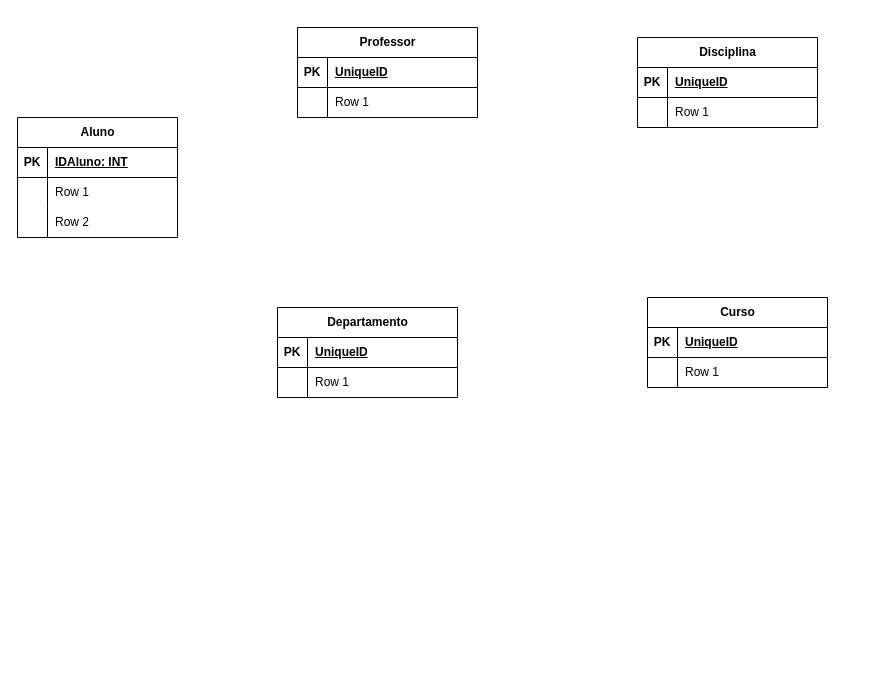
isasdora/DIOBootcamp keeps this draw.io diagram as DER/AvtdDER.drawio. Above is the earlier version. Source tidied: cells renumbered, new cells numbered last; positions are measured from the earlier drawing's top-left corner, leaving out a move shared by most shapes. Both pictures are drawn from the tidied source at 100%, with x=0, y=0 at pixel (17, 27).
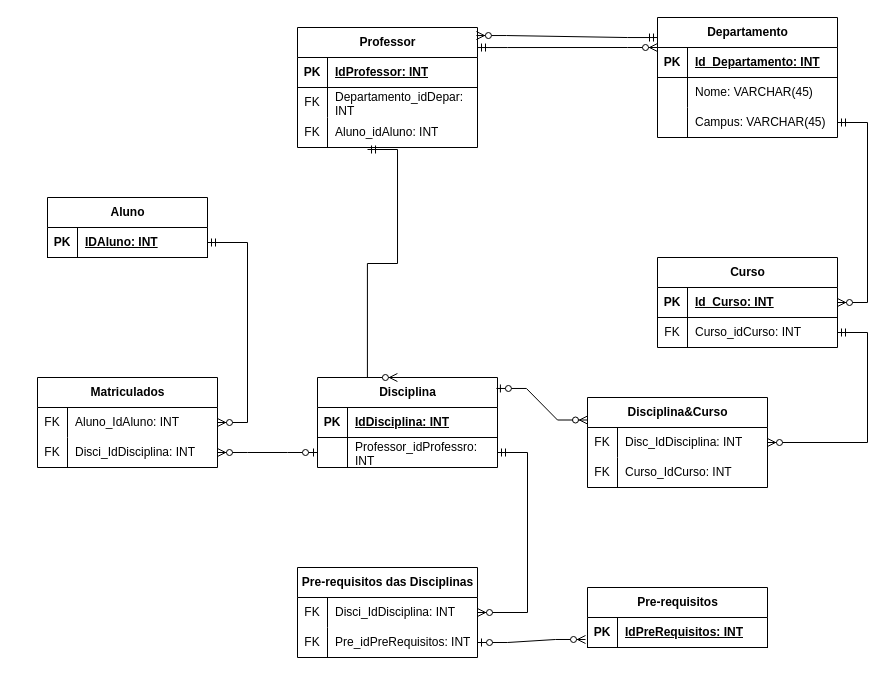
After the change.

Unchanged cells that the change refers to:
```xml
<mxCell id="3" style="shape=tableRow;horizontal=0;startSize=0;swimlaneHead=0;swimlaneBody=0;fillColor=none;points=[[0,0.5],[1,0.5]];portConstraint=eastwest;top=0;left=0;right=0;bottom=1;" parent="2" vertex="1">
  <mxGeometry y="30" width="160" height="30" as="geometry" />
</mxCell>
<mxCell id="13" style="shape=tableRow;horizontal=0;startSize=0;swimlaneHead=0;swimlaneBody=0;fillColor=none;top=0;left=0;right=0;bottom=1;" parent="12" vertex="1">
  <mxGeometry y="30" width="180" height="30" as="geometry" />
</mxCell>
<mxCell id="16" style="shape=tableRow;horizontal=0;startSize=0;swimlaneHead=0;swimlaneBody=0;fillColor=none;top=0;left=0;right=0;bottom=0;" parent="12" vertex="1">
  <mxGeometry y="60" width="180" height="30" as="geometry" />
</mxCell>
<mxCell id="20" style="shape=tableRow;horizontal=0;startSize=0;swimlaneHead=0;swimlaneBody=0;fillColor=none;top=0;left=0;right=0;bottom=1;" parent="19" vertex="1">
  <mxGeometry y="30" width="180" height="30" as="geometry" />
</mxCell>
<mxCell id="23" style="shape=tableRow;horizontal=0;startSize=0;swimlaneHead=0;swimlaneBody=0;fillColor=none;points=[[0,0.5],[1,0.5]];portConstraint=eastwest;top=0;left=0;right=0;bottom=0;" parent="19" vertex="1">
  <mxGeometry y="60" width="180" height="30" as="geometry" />
</mxCell>
<mxCell id="27" style="shape=tableRow;horizontal=0;startSize=0;swimlaneHead=0;swimlaneBody=0;fillColor=none;points=[[0,0.5],[1,0.5]];portConstraint=eastwest;top=0;left=0;right=0;bottom=1;" parent="26" vertex="1">
  <mxGeometry y="30" width="180" height="30" as="geometry" />
</mxCell>
<mxCell id="30" style="shape=tableRow;horizontal=0;startSize=0;swimlaneHead=0;swimlaneBody=0;fillColor=none;top=0;left=0;right=0;bottom=0;" parent="26" vertex="1">
  <mxGeometry y="60" width="180" height="30" as="geometry" />
</mxCell>
<mxCell id="34" style="shape=tableRow;horizontal=0;startSize=0;swimlaneHead=0;swimlaneBody=0;fillColor=none;top=0;left=0;right=0;bottom=1;" parent="33" vertex="1">
  <mxGeometry y="30" width="180" height="30" as="geometry" />
</mxCell>
<mxCell id="37" style="shape=tableRow;horizontal=0;startSize=0;swimlaneHead=0;swimlaneBody=0;fillColor=none;points=[[0,0.5],[1,0.5]];portConstraint=eastwest;top=0;left=0;right=0;bottom=0;" parent="33" vertex="1">
  <mxGeometry y="60" width="180" height="30" as="geometry" />
</mxCell>
```

What changed in the source:
```diff
@@
     <mxCell id="2" value="Aluno" style="shape=table;startSize=30;childLayout=tableLayout;rowLines=0;fontStyle=1;align=center;html=1;" parent="1" vertex="1">
-      <mxGeometry y="90" width="160" height="120" as="geometry" />
+      <mxGeometry x="30" y="170" width="160" height="60" as="geometry" />
     </mxCell>
@@
-    <mxCell id="6" style="shape=tableRow;horizontal=0;startSize=0;swimlaneHead=0;swimlaneBody=0;fillColor=none;top=0;left=0;right=0;bottom=0;" parent="2" vertex="1">
-      <mxGeometry y="60" width="160" height="30" as="geometry" />
-    </mxCell>
-    <mxCell id="7" style="shape=partialRectangle;fillColor=none;top=0;left=0;bottom=0;right=0;overflow=hidden;whiteSpace=wrap;html=1;" parent="6" vertex="1">
-      <mxGeometry width="30" height="30" as="geometry" />
-    </mxCell>
-    <mxCell id="8" value="Row 1" style="shape=partialRectangle;fillColor=none;top=0;left=0;bottom=0;right=0;align=left;spacingLeft=6;overflow=hidden;whiteSpace=wrap;html=1;" parent="6" vertex="1">
-      <mxGeometry x="30" width="130" height="30" as="geometry" />
-    </mxCell>
-    <mxCell id="9" style="shape=tableRow;horizontal=0;startSize=0;swimlaneHead=0;swimlaneBody=0;fillColor=none;top=0;left=0;right=0;bottom=0;" parent="2" vertex="1">
-      <mxGeometry y="90" width="160" height="30" as="geometry" />
-    </mxCell>
-    <mxCell id="10" style="shape=partialRectangle;fillColor=none;top=0;left=0;bottom=0;right=0;overflow=hidden;whiteSpace=wrap;html=1;" parent="9" vertex="1">
-      <mxGeometry width="30" height="30" as="geometry" />
-    </mxCell>
-    <mxCell id="11" value="Row 2" style="shape=partialRectangle;fillColor=none;top=0;left=0;bottom=0;right=0;align=left;spacingLeft=6;overflow=hidden;whiteSpace=wrap;html=1;" parent="9" vertex="1">
-      <mxGeometry x="30" width="130" height="30" as="geometry" />
-    </mxCell>
     <mxCell id="12" value="Professor" style="shape=table;startSize=30;childLayout=tableLayout;rowLines=0;fontStyle=1;align=center;html=1;" parent="1" vertex="1">
-      <mxGeometry x="280" width="180" height="90" as="geometry" />
+      <mxGeometry x="280" width="180" height="120" as="geometry" />
     </mxCell>
@@
-    <mxCell id="15" value="UniqueID" style="shape=partialRectangle;fillColor=none;top=0;left=0;bottom=0;right=0;align=left;spacingLeft=6;fontStyle=5;overflow=hidden;whiteSpace=wrap;html=1;" parent="13" vertex="1">
+    <mxCell id="15" value="IdProfessor: INT" style="shape=partialRectangle;fillColor=none;top=0;left=0;bottom=0;right=0;align=left;spacingLeft=6;fontStyle=5;overflow=hidden;whiteSpace=wrap;html=1;" parent="13" vertex="1">
       <mxGeometry x="30" width="150" height="30" as="geometry" />
     </mxCell>
@@
-    <mxCell id="17" style="shape=partialRectangle;fillColor=none;top=0;left=0;bottom=0;right=0;overflow=hidden;whiteSpace=wrap;html=1;" parent="16" vertex="1">
+    <mxCell id="17" value="FK" style="shape=partialRectangle;fillColor=none;top=0;left=0;bottom=0;right=0;overflow=hidden;whiteSpace=wrap;html=1;" parent="16" vertex="1">
       <mxGeometry width="30" height="30" as="geometry" />
     </mxCell>
-    <mxCell id="18" value="Row 1" style="shape=partialRectangle;fillColor=none;top=0;left=0;bottom=0;right=0;align=left;spacingLeft=6;overflow=hidden;whiteSpace=wrap;html=1;" parent="16" vertex="1">
+    <mxCell id="18" value="Departamento_idDepar: INT" style="shape=partialRectangle;fillColor=none;top=0;left=0;bottom=0;right=0;align=left;spacingLeft=6;overflow=hidden;whiteSpace=wrap;html=1;" parent="16" vertex="1">
       <mxGeometry x="30" width="150" height="30" as="geometry" />
     </mxCell>
+    <mxCell id="40" style="shape=tableRow;horizontal=0;startSize=0;swimlaneHead=0;swimlaneBody=0;fillColor=none;points=[[0,0.5],[1,0.5]];portConstraint=eastwest;top=0;left=0;right=0;bottom=0;" parent="12" vertex="1">
+      <mxGeometry y="90" width="180" height="30" as="geometry" />
+    </mxCell>
+    <mxCell id="41" value="FK" style="shape=partialRectangle;fillColor=none;top=0;left=0;bottom=0;right=0;overflow=hidden;whiteSpace=wrap;html=1;" parent="40" vertex="1">
+      <mxGeometry width="30" height="30" as="geometry" />
+    </mxCell>
+    <mxCell id="42" value="Aluno_idAluno: INT" style="shape=partialRectangle;fillColor=none;top=0;left=0;bottom=0;right=0;align=left;spacingLeft=6;overflow=hidden;whiteSpace=wrap;html=1;" parent="40" vertex="1">
+      <mxGeometry x="30" width="150" height="30" as="geometry" />
+    </mxCell>
     <mxCell id="19" value="Disciplina" style="shape=table;startSize=30;childLayout=tableLayout;rowLines=0;fontStyle=1;align=center;html=1;" parent="1" vertex="1">
-      <mxGeometry x="620" y="10" width="180" height="90" as="geometry" />
+      <mxGeometry x="300" y="350" width="180" height="90" as="geometry" />
     </mxCell>
@@
-    <mxCell id="22" value="UniqueID" style="shape=partialRectangle;fillColor=none;top=0;left=0;bottom=0;right=0;align=left;spacingLeft=6;fontStyle=5;overflow=hidden;whiteSpace=wrap;html=1;" parent="20" vertex="1">
+    <mxCell id="22" value="IdDisciplina: INT" style="shape=partialRectangle;fillColor=none;top=0;left=0;bottom=0;right=0;align=left;spacingLeft=6;fontStyle=5;overflow=hidden;whiteSpace=wrap;html=1;" parent="20" vertex="1">
       <mxGeometry x="30" width="150" height="30" as="geometry" />
     </mxCell>
@@
-    <mxCell id="25" value="Row 1" style="shape=partialRectangle;fillColor=none;top=0;left=0;bottom=0;right=0;align=left;spacingLeft=6;overflow=hidden;whiteSpace=wrap;html=1;" parent="23" vertex="1">
+    <mxCell id="25" value="Professor_idProfessro: INT" style="shape=partialRectangle;fillColor=none;top=0;left=0;bottom=0;right=0;align=left;spacingLeft=6;overflow=hidden;whiteSpace=wrap;html=1;" parent="23" vertex="1">
       <mxGeometry x="30" width="150" height="30" as="geometry" />
     </mxCell>
     <mxCell id="26" value="Departamento" style="shape=table;startSize=30;childLayout=tableLayout;rowLines=0;fontStyle=1;align=center;html=1;" parent="1" vertex="1">
-      <mxGeometry x="260" y="280" width="180" height="90" as="geometry" />
+      <mxGeometry x="640" y="-10" width="180" height="120" as="geometry" />
     </mxCell>
@@
-    <mxCell id="29" value="UniqueID" style="shape=partialRectangle;fillColor=none;top=0;left=0;bottom=0;right=0;align=left;spacingLeft=6;fontStyle=5;overflow=hidden;whiteSpace=wrap;html=1;" parent="27" vertex="1">
+    <mxCell id="29" value="Id_Departamento: INT" style="shape=partialRectangle;fillColor=none;top=0;left=0;bottom=0;right=0;align=left;spacingLeft=6;fontStyle=5;overflow=hidden;whiteSpace=wrap;html=1;" parent="27" vertex="1">
       <mxGeometry x="30" width="150" height="30" as="geometry" />
     </mxCell>
@@
-    <mxCell id="32" value="Row 1" style="shape=partialRectangle;fillColor=none;top=0;left=0;bottom=0;right=0;align=left;spacingLeft=6;overflow=hidden;whiteSpace=wrap;html=1;" parent="30" vertex="1">
+    <mxCell id="32" value="Nome: VARCHAR(45)" style="shape=partialRectangle;fillColor=none;top=0;left=0;bottom=0;right=0;align=left;spacingLeft=6;overflow=hidden;whiteSpace=wrap;html=1;" parent="30" vertex="1">
       <mxGeometry x="30" width="150" height="30" as="geometry" />
     </mxCell>
+    <mxCell id="43" style="shape=tableRow;horizontal=0;startSize=0;swimlaneHead=0;swimlaneBody=0;fillColor=none;points=[[0,0.5],[1,0.5]];portConstraint=eastwest;top=0;left=0;right=0;bottom=0;" parent="26" vertex="1">
+      <mxGeometry y="90" width="180" height="30" as="geometry" />
+    </mxCell>
+    <mxCell id="44" style="shape=partialRectangle;fillColor=none;top=0;left=0;bottom=0;right=0;overflow=hidden;whiteSpace=wrap;html=1;" parent="43" vertex="1">
+      <mxGeometry width="30" height="30" as="geometry" />
+    </mxCell>
+    <mxCell id="45" value="Campus: VARCHAR(45)" style="shape=partialRectangle;fillColor=none;top=0;left=0;bottom=0;right=0;align=left;spacingLeft=6;overflow=hidden;whiteSpace=wrap;html=1;" parent="43" vertex="1">
+      <mxGeometry x="30" width="150" height="30" as="geometry" />
+    </mxCell>
     <mxCell id="33" value="Curso" style="shape=table;startSize=30;childLayout=tableLayout;rowLines=0;fontStyle=1;align=center;html=1;" parent="1" vertex="1">
-      <mxGeometry x="630" y="270" width="180" height="90" as="geometry" />
+      <mxGeometry x="640" y="230" width="180" height="90" as="geometry" />
     </mxCell>
@@
-    <mxCell id="36" value="UniqueID" style="shape=partialRectangle;fillColor=none;top=0;left=0;bottom=0;right=0;align=left;spacingLeft=6;fontStyle=5;overflow=hidden;whiteSpace=wrap;html=1;" parent="34" vertex="1">
+    <mxCell id="36" value="Id_Curso: INT" style="shape=partialRectangle;fillColor=none;top=0;left=0;bottom=0;right=0;align=left;spacingLeft=6;fontStyle=5;overflow=hidden;whiteSpace=wrap;html=1;" parent="34" vertex="1">
       <mxGeometry x="30" width="150" height="30" as="geometry" />
     </mxCell>
@@
-    <mxCell id="38" style="shape=partialRectangle;fillColor=none;top=0;left=0;bottom=0;right=0;overflow=hidden;whiteSpace=wrap;html=1;" parent="37" vertex="1">
+    <mxCell id="38" value="FK" style="shape=partialRectangle;fillColor=none;top=0;left=0;bottom=0;right=0;overflow=hidden;whiteSpace=wrap;html=1;" parent="37" vertex="1">
       <mxGeometry width="30" height="30" as="geometry" />
     </mxCell>
-    <mxCell id="39" value="Row 1" style="shape=partialRectangle;fillColor=none;top=0;left=0;bottom=0;right=0;align=left;spacingLeft=6;overflow=hidden;whiteSpace=wrap;html=1;" parent="37" vertex="1">
+    <mxCell id="39" value="Curso_idCurso: INT" style="shape=partialRectangle;fillColor=none;top=0;left=0;bottom=0;right=0;align=left;spacingLeft=6;overflow=hidden;whiteSpace=wrap;html=1;" parent="37" vertex="1">
       <mxGeometry x="30" width="150" height="30" as="geometry" />
     </mxCell>
+    <mxCell id="46" style="edgeStyle=entityRelationEdgeStyle;fontSize=12;html=1;endArrow=ERzeroToMany;startArrow=ERmandOne;rounded=0;exitX=1;exitY=0.167;exitDx=0;exitDy=0;entryX=0;entryY=0;entryDx=0;entryDy=0;entryPerimeter=0;exitPerimeter=0;" parent="1" edge="1" source="12" target="27">
+      <mxGeometry relative="1" as="geometry">
+        <Array as="points">
+          <mxPoint x="840" y="28" />
+          <mxPoint x="550" y="48" />
+        </Array>
+      </mxGeometry>
+    </mxCell>
+    <mxCell id="47" style="edgeStyle=entityRelationEdgeStyle;fontSize=12;html=1;endArrow=ERzeroToMany;startArrow=ERmandOne;rounded=0;exitX=0;exitY=0.167;exitDx=0;exitDy=0;exitPerimeter=0;entryX=0.994;entryY=0.067;entryDx=0;entryDy=0;entryPerimeter=0;" parent="1" edge="1" source="26" target="12">
+      <mxGeometry relative="1" as="geometry">
+        <Array as="points">
+          <mxPoint x="450" y="220" />
+        </Array>
+      </mxGeometry>
+    </mxCell>
+    <mxCell id="48" style="edgeStyle=entityRelationEdgeStyle;fontSize=12;html=1;endArrow=ERzeroToMany;startArrow=ERmandOne;rounded=0;entryDx=0;entryDy=0;entryPerimeter=0;exitDx=0;exitDy=0;exitPerimeter=0;" parent="1" edge="1" source="43" target="33">
+      <mxGeometry relative="1" as="geometry" />
+    </mxCell>
+    <mxCell id="49" style="edgeStyle=entityRelationEdgeStyle;fontSize=12;html=1;endArrow=ERzeroToMany;startArrow=ERmandOne;rounded=0;entryX=0.444;entryY=0;entryDx=0;entryDy=0;entryPerimeter=0;exitX=0.389;exitY=1.067;exitDx=0;exitDy=0;exitPerimeter=0;" parent="1" edge="1" source="40" target="19">
+      <mxGeometry relative="1" as="geometry" />
+    </mxCell>
+    <mxCell id="50" value="Matriculados" style="shape=table;startSize=30;childLayout=tableLayout;rowLines=0;fontStyle=1;align=center;html=1;" parent="1" vertex="1">
+      <mxGeometry x="20" y="350" width="180" height="90" as="geometry" />
+    </mxCell>
+    <mxCell id="51" style="shape=tableRow;horizontal=0;startSize=0;swimlaneHead=0;swimlaneBody=0;fillColor=none;top=0;left=0;right=0;bottom=0;" parent="50" vertex="1">
+      <mxGeometry y="30" width="180" height="30" as="geometry" />
+    </mxCell>
+    <mxCell id="52" value="FK" style="shape=partialRectangle;fillColor=none;top=0;left=0;bottom=0;right=0;overflow=hidden;whiteSpace=wrap;html=1;" parent="51" vertex="1">
+      <mxGeometry width="30" height="30" as="geometry" />
+    </mxCell>
+    <mxCell id="53" value="Aluno_IdAluno: INT" style="shape=partialRectangle;fillColor=none;top=0;left=0;bottom=0;right=0;align=left;spacingLeft=6;overflow=hidden;whiteSpace=wrap;html=1;" parent="51" vertex="1">
+      <mxGeometry x="30" width="150" height="30" as="geometry" />
+    </mxCell>
+    <mxCell id="54" style="shape=tableRow;horizontal=0;startSize=0;swimlaneHead=0;swimlaneBody=0;fillColor=none;points=[[0,0.5],[1,0.5]];portConstraint=eastwest;top=0;left=0;right=0;bottom=0;" parent="50" vertex="1">
+      <mxGeometry y="60" width="180" height="30" as="geometry" />
+    </mxCell>
+    <mxCell id="55" value="FK" style="shape=partialRectangle;fillColor=none;top=0;left=0;bottom=0;right=0;overflow=hidden;whiteSpace=wrap;html=1;" parent="54" vertex="1">
+      <mxGeometry width="30" height="30" as="geometry" />
+    </mxCell>
+    <mxCell id="56" value="Disci_IdDisciplina: INT" style="shape=partialRectangle;fillColor=none;top=0;left=0;bottom=0;right=0;align=left;spacingLeft=6;overflow=hidden;whiteSpace=wrap;html=1;" parent="54" vertex="1">
+      <mxGeometry x="30" width="150" height="30" as="geometry" />
+    </mxCell>
+    <mxCell id="57" style="edgeStyle=entityRelationEdgeStyle;fontSize=12;html=1;endArrow=ERzeroToMany;startArrow=ERmandOne;rounded=0;entryDx=0;entryDy=0;entryPerimeter=0;exitDx=0;exitDy=0;" parent="1" edge="1" source="3" target="50">
+      <mxGeometry relative="1" as="geometry" />
+    </mxCell>
+    <mxCell id="58" style="edgeStyle=entityRelationEdgeStyle;fontSize=12;html=1;endArrow=ERzeroToMany;startArrow=ERzeroToOne;rounded=0;exitX=0;exitY=0.5;exitDx=0;exitDy=0;entryX=1;entryY=0.5;entryDx=0;entryDy=0;" parent="1" edge="1" source="23" target="54">
+      <mxGeometry relative="1" as="geometry" />
+    </mxCell>
+    <mxCell id="59" style="edgeStyle=entityRelationEdgeStyle;fontSize=12;html=1;endArrow=ERzeroToMany;startArrow=ERzeroToOne;rounded=0;exitX=0.994;exitY=0.122;exitDx=0;exitDy=0;exitPerimeter=0;entryX=0;entryY=0.25;entryDx=0;entryDy=0;" parent="1" edge="1" source="19" target="60">
+      <mxGeometry relative="1" as="geometry" />
+    </mxCell>
+    <mxCell id="60" value="Disciplina&amp;amp;Curso" style="shape=table;startSize=30;childLayout=tableLayout;rowLines=0;fontStyle=1;align=center;html=1;" parent="1" vertex="1">
+      <mxGeometry x="570" y="370" width="180" height="90" as="geometry" />
+    </mxCell>
+    <mxCell id="61" style="shape=tableRow;horizontal=0;startSize=0;swimlaneHead=0;swimlaneBody=0;fillColor=none;top=0;left=0;right=0;bottom=0;" parent="60" vertex="1">
+      <mxGeometry y="30" width="180" height="30" as="geometry" />
+    </mxCell>
+    <mxCell id="62" value="FK" style="shape=partialRectangle;fillColor=none;top=0;left=0;bottom=0;right=0;overflow=hidden;whiteSpace=wrap;html=1;" parent="61" vertex="1">
+      <mxGeometry width="30" height="30" as="geometry" />
+    </mxCell>
+    <mxCell id="63" value="Disc_IdDisciplina: INT" style="shape=partialRectangle;fillColor=none;top=0;left=0;bottom=0;right=0;align=left;spacingLeft=6;overflow=hidden;whiteSpace=wrap;html=1;" parent="61" vertex="1">
+      <mxGeometry x="30" width="150" height="30" as="geometry" />
+    </mxCell>
+    <mxCell id="64" style="shape=tableRow;horizontal=0;startSize=0;swimlaneHead=0;swimlaneBody=0;fillColor=none;top=0;left=0;right=0;bottom=0;" parent="60" vertex="1">
+      <mxGeometry y="60" width="180" height="30" as="geometry" />
+    </mxCell>
+    <mxCell id="65" value="FK" style="shape=partialRectangle;fillColor=none;top=0;left=0;bottom=0;right=0;overflow=hidden;whiteSpace=wrap;html=1;" parent="64" vertex="1">
+      <mxGeometry width="30" height="30" as="geometry" />
+    </mxCell>
+    <mxCell id="66" value="Curso_IdCurso: INT" style="shape=partialRectangle;fillColor=none;top=0;left=0;bottom=0;right=0;align=left;spacingLeft=6;overflow=hidden;whiteSpace=wrap;html=1;" parent="64" vertex="1">
+      <mxGeometry x="30" width="150" height="30" as="geometry" />
+    </mxCell>
+    <mxCell id="67" style="edgeStyle=entityRelationEdgeStyle;fontSize=12;html=1;endArrow=ERzeroToMany;startArrow=ERmandOne;rounded=0;entryDx=0;entryDy=0;entryPerimeter=0;exitDx=0;exitDy=0;exitPerimeter=0;" parent="1" edge="1" source="37" target="60">
+      <mxGeometry relative="1" as="geometry" />
+    </mxCell>
+    <mxCell id="68" value="Pre-requisitos" style="shape=table;startSize=30;childLayout=tableLayout;rowLines=0;fontStyle=1;align=center;html=1;" parent="1" vertex="1">
+      <mxGeometry x="570" y="560" width="180" height="60" as="geometry" />
+    </mxCell>
+    <mxCell id="69" style="shape=tableRow;horizontal=0;startSize=0;swimlaneHead=0;swimlaneBody=0;fillColor=none;points=[[0,0.5],[1,0.5]];portConstraint=eastwest;top=0;left=0;right=0;bottom=1;" parent="68" vertex="1">
+      <mxGeometry y="30" width="180" height="30" as="geometry" />
+    </mxCell>
+    <mxCell id="70" value="PK" style="shape=partialRectangle;fillColor=none;top=0;left=0;bottom=0;right=0;fontStyle=1;overflow=hidden;whiteSpace=wrap;html=1;" parent="69" vertex="1">
+      <mxGeometry width="30" height="30" as="geometry" />
+    </mxCell>
+    <mxCell id="71" value="IdPreRequisitos: INT" style="shape=partialRectangle;fillColor=none;top=0;left=0;bottom=0;right=0;align=left;spacingLeft=6;fontStyle=5;overflow=hidden;whiteSpace=wrap;html=1;" parent="69" vertex="1">
+      <mxGeometry x="30" width="150" height="30" as="geometry" />
+    </mxCell>
+    <mxCell id="72" value="Pre-requisitos das Disciplinas" style="shape=table;startSize=30;childLayout=tableLayout;rowLines=0;fontStyle=1;align=center;html=1;" parent="1" vertex="1">
+      <mxGeometry x="280" y="540" width="180" height="90" as="geometry" />
+    </mxCell>
+    <mxCell id="73" style="shape=tableRow;horizontal=0;startSize=0;swimlaneHead=0;swimlaneBody=0;fillColor=none;top=0;left=0;right=0;bottom=0;" parent="72" vertex="1">
+      <mxGeometry y="30" width="180" height="30" as="geometry" />
+    </mxCell>
+    <mxCell id="74" value="FK" style="shape=partialRectangle;fillColor=none;top=0;left=0;bottom=0;right=0;overflow=hidden;whiteSpace=wrap;html=1;" parent="73" vertex="1">
+      <mxGeometry width="30" height="30" as="geometry" />
+    </mxCell>
+    <mxCell id="75" value="Disci_IdDisciplina: INT" style="shape=partialRectangle;fillColor=none;top=0;left=0;bottom=0;right=0;align=left;spacingLeft=6;overflow=hidden;whiteSpace=wrap;html=1;" parent="73" vertex="1">
+      <mxGeometry x="30" width="150" height="30" as="geometry" />
+    </mxCell>
+    <mxCell id="76" style="shape=tableRow;horizontal=0;startSize=0;swimlaneHead=0;swimlaneBody=0;fillColor=none;points=[[0,0.5],[1,0.5]];portConstraint=eastwest;top=0;left=0;right=0;bottom=0;" parent="72" vertex="1">
+      <mxGeometry y="60" width="180" height="30" as="geometry" />
+    </mxCell>
+    <mxCell id="77" value="FK" style="shape=partialRectangle;fillColor=none;top=0;left=0;bottom=0;right=0;overflow=hidden;whiteSpace=wrap;html=1;" parent="76" vertex="1">
+      <mxGeometry width="30" height="30" as="geometry" />
+    </mxCell>
+    <mxCell id="78" value="Pre_idPreRequisitos: INT" style="shape=partialRectangle;fillColor=none;top=0;left=0;bottom=0;right=0;align=left;spacingLeft=6;overflow=hidden;whiteSpace=wrap;html=1;" parent="76" vertex="1">
+      <mxGeometry x="30" width="150" height="30" as="geometry" />
+    </mxCell>
+    <mxCell id="79" style="edgeStyle=entityRelationEdgeStyle;fontSize=12;html=1;endArrow=ERzeroToMany;startArrow=ERmandOne;rounded=0;exitDx=0;exitDy=0;exitPerimeter=0;entryDx=0;entryDy=0;entryPerimeter=0;" parent="1" edge="1" source="23" target="72">
+      <mxGeometry relative="1" as="geometry" />
+    </mxCell>
+    <mxCell id="80" style="edgeStyle=entityRelationEdgeStyle;fontSize=12;html=1;endArrow=ERzeroToMany;startArrow=ERzeroToOne;rounded=0;entryX=-0.011;entryY=0.733;entryDx=0;entryDy=0;entryPerimeter=0;exitX=1;exitY=0.5;exitDx=0;exitDy=0;" parent="1" edge="1" source="76" target="69">
+      <mxGeometry relative="1" as="geometry" />
+    </mxCell>
```
